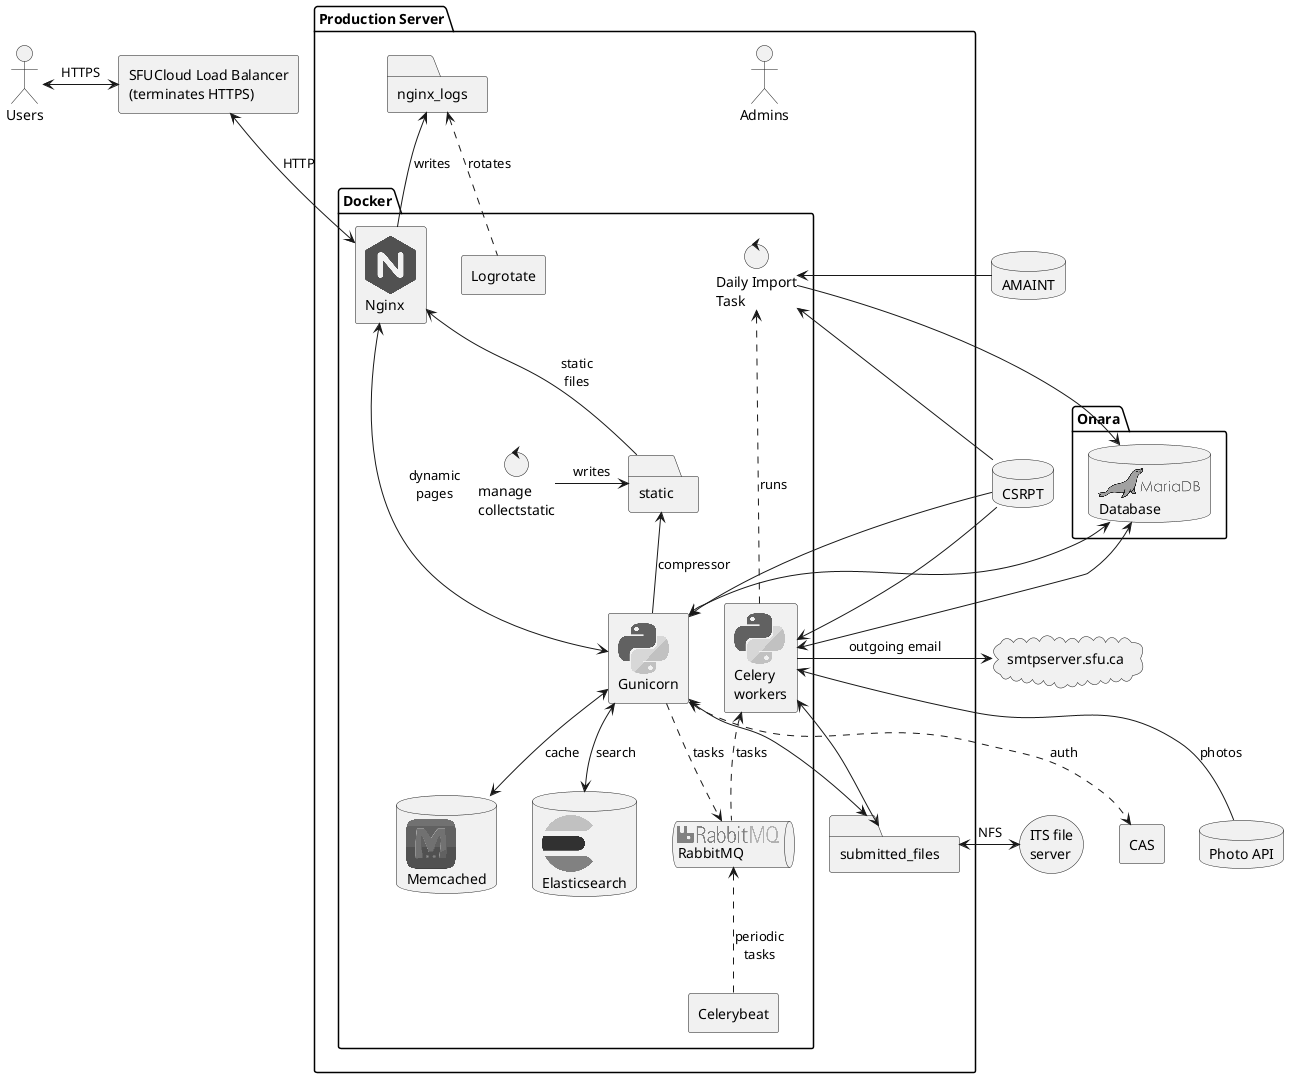
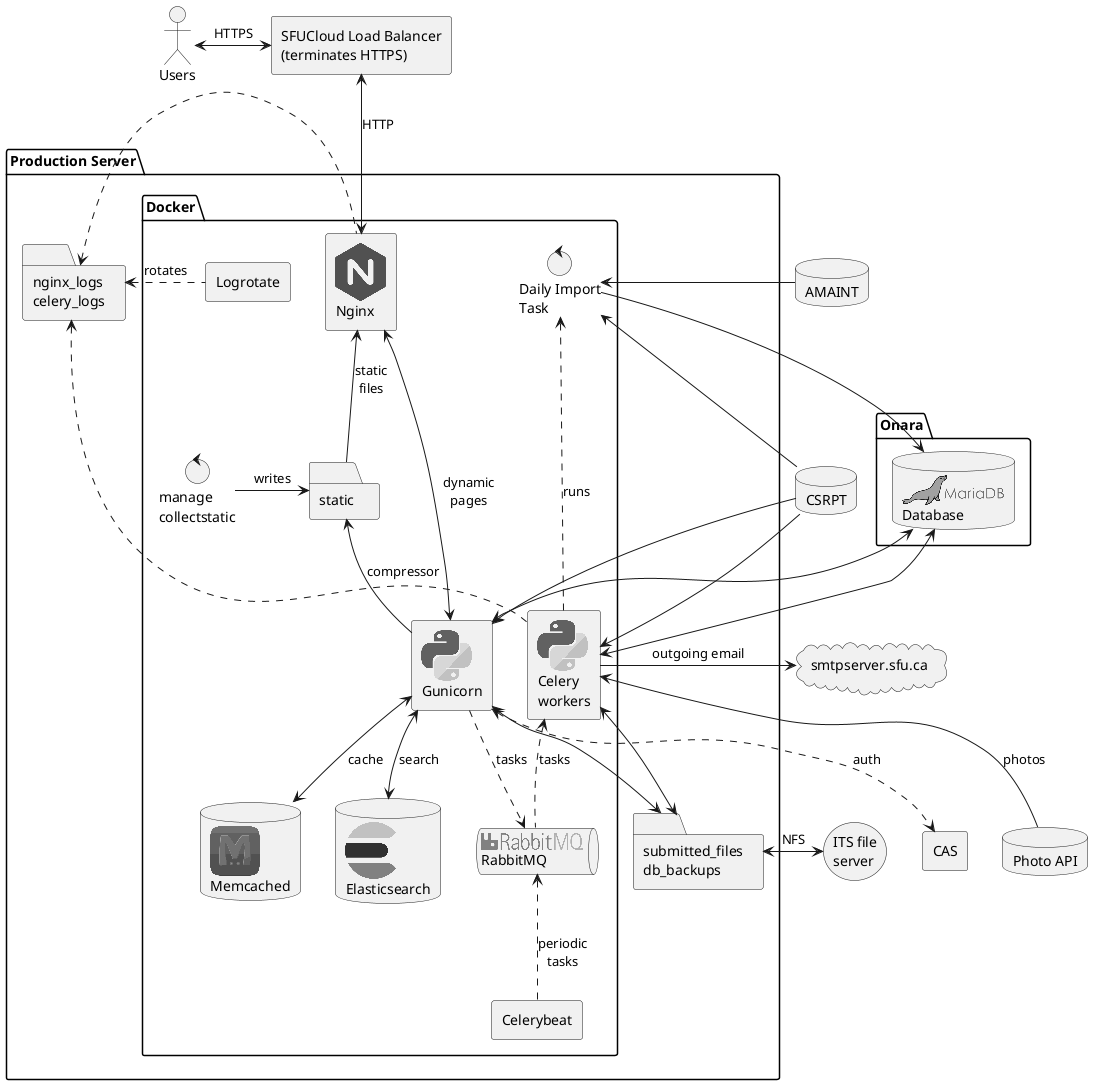
' To generate diagram:
' sudo apt install plantuml
' plantuml arch.puml

' https://github.com/plantuml/plantuml-stdlib/tree/master/stdlib/logos

@startuml

!include <logos/nginx>
!include <logos/gunicorn>
!include <logos/django>
!include <logos/rabbitmq>
!include <logos/ruby>
!include <logos/python>
!include <logos/rabbitmq>
!include <logos/memcached>
!include <logos/elasticsearch>
!include <logos/mariadb>

actor Users as users

agent "SFUCloud Load Balancer\n(terminates HTTPS)" as lb

users <-> lb : HTTPS

package "Production Server" {
-     actor Admins
+     folder "nginx_logs\ncelery_logs" as nginx_logs
+ 
    package "Docker" {
        folder "static" as static
        control "Daily Import\nTask" as import

        agent "<$python>\nCelery\nworkers" as celery
        agent "Celerybeat" as celerybeat
        agent "<$nginx>\nNginx" as nginx
        agent "<$python>\nGunicorn" as gunicorn

        queue "<$rabbitmq>\nRabbitMQ" as rabbitmq
        database "<$memcached>\nMemcached" as memcached
        database "<$elasticsearch>\nElasticsearch" as elasticsearch
        agent "Logrotate" as logrotate

        static <-- gunicorn  : "compressor"
-         'gunicorn --> static : "compressor"
        nginx <-- static : "static\nfiles"
        nginx <---> gunicorn : "dynamic\npages"

        gunicorn ..> rabbitmq : tasks
        celery <.. rabbitmq : tasks
        gunicorn <--> memcached : cache
        gunicorn <--> elasticsearch : search
        rabbitmq <.. celerybeat : periodic\ntasks
        import <... celery : runs

        control "manage\ncollectstatic" as collectstatic
    }

-     folder "nginx_logs" as nginx_logs
-     nginx_logs <-- nginx : writes
-     nginx_logs <.. logrotate : rotates
+     nginx_logs <. nginx
+     nginx_logs <. celery
+     nginx_logs <. logrotate : rotates

-     folder "submitted_files" as files
+     folder "submitted_files\ndb_backups" as files
    gunicorn <--> files
    celery <--> files

}

package "Onara" {
    database "<$mariadb>\nDatabase" as db
}

lb <--> nginx : HTTP
db <--> gunicorn
db <--> celery
import --> db

database "CSRPT" as csrpt
agent "CAS" as cas
database "Photo API" as photo
database "AMAINT" as amaint
cloud "smtpserver.sfu.ca" as email

import <-- csrpt
csrpt --> celery
csrpt --> gunicorn
gunicorn <..> cas : auth
celery <-- photo : photos
email <- celery : "outgoing email"
import <- amaint

- 'static <- collectstatic : "writes"
collectstatic -> static : "writes"

storage "ITS file\nserver" as nfs
nfs <-> files : NFS

@enduml
